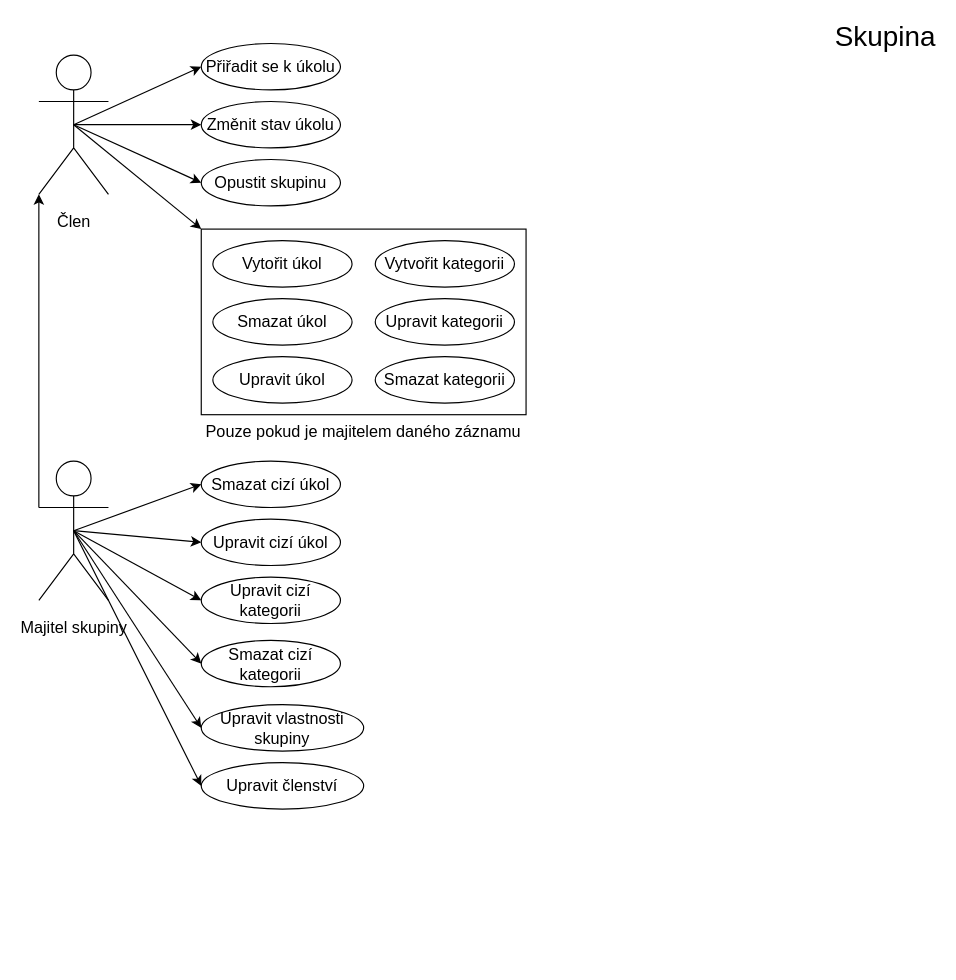
Above: UseCaseDiagram/group.drawio in Aidam7/DuDat-Docs (draw.io), before the change. Source tidied: cells renumbered, new cells numbered last; positions are measured from the earlier drawing's top-left corner, leaving out a move shared by most shapes. Both pictures are drawn from the tidied source at 116%, with x=0, y=0 at pixel (38, 20).
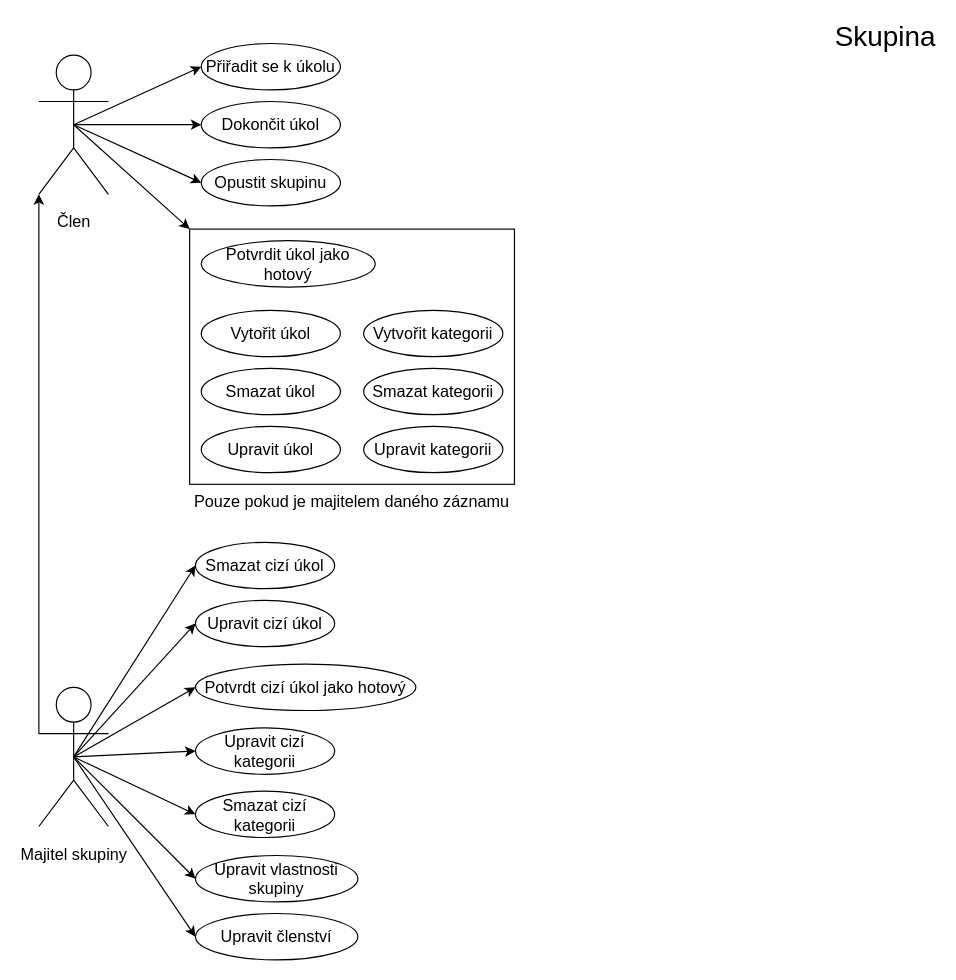
Above is the later version.

The edit, as a diff of the source:
```diff
@@
     <mxCell id="4" value="&lt;font style=&quot;font-size: 14px;&quot;&gt;Majitel skupiny&lt;br&gt;&lt;/font&gt;" style="shape=umlActor;verticalLabelPosition=bottom;verticalAlign=top;html=1;outlineConnect=0;fontSize=24;" parent="1" vertex="1">
-      <mxGeometry y="380" width="60" height="120" as="geometry" />
+      <mxGeometry y="575" width="60" height="120" as="geometry" />
     </mxCell>
     <mxCell id="5" value="Vytořit úkol" style="ellipse;whiteSpace=wrap;html=1;fontSize=14;" parent="1" vertex="1">
-      <mxGeometry x="150" y="190" width="120" height="40" as="geometry" />
+      <mxGeometry x="140" y="250" width="120" height="40" as="geometry" />
     </mxCell>
     <mxCell id="6" value="Smazat úkol" style="ellipse;whiteSpace=wrap;html=1;fontSize=14;" parent="1" vertex="1">
-      <mxGeometry x="150" y="240" width="120" height="40" as="geometry" />
+      <mxGeometry x="140" y="300" width="120" height="40" as="geometry" />
     </mxCell>
     <mxCell id="7" value="Upravit úkol" style="ellipse;whiteSpace=wrap;html=1;fontSize=14;" parent="1" vertex="1">
-      <mxGeometry x="150" y="290" width="120" height="40" as="geometry" />
+      <mxGeometry x="140" y="350" width="120" height="40" as="geometry" />
     </mxCell>
@@
     <mxCell id="9" value="Smazat cizí úkol" style="ellipse;whiteSpace=wrap;html=1;fontSize=14;" parent="1" vertex="1">
-      <mxGeometry x="140" y="380" width="120" height="40" as="geometry" />
+      <mxGeometry x="135" y="450" width="120" height="40" as="geometry" />
     </mxCell>
     <mxCell id="10" value="Upravit cizí úkol" style="ellipse;whiteSpace=wrap;html=1;fontSize=14;" parent="1" vertex="1">
-      <mxGeometry x="140" y="430" width="120" height="40" as="geometry" />
+      <mxGeometry x="135" y="500" width="120" height="40" as="geometry" />
     </mxCell>
     <mxCell id="11" value="Vytvořit kategorii" style="ellipse;whiteSpace=wrap;html=1;fontSize=14;" parent="1" vertex="1">
-      <mxGeometry x="290" y="190" width="120" height="40" as="geometry" />
+      <mxGeometry x="280" y="250" width="120" height="40" as="geometry" />
     </mxCell>
     <mxCell id="12" value="Upravit kategorii" style="ellipse;whiteSpace=wrap;html=1;fontSize=14;" parent="1" vertex="1">
-      <mxGeometry x="290" y="240" width="120" height="40" as="geometry" />
+      <mxGeometry x="280" y="350" width="120" height="40" as="geometry" />
     </mxCell>
     <mxCell id="13" value="Smazat kategorii" style="ellipse;whiteSpace=wrap;html=1;fontSize=14;" parent="1" vertex="1">
-      <mxGeometry x="290" y="290" width="120" height="40" as="geometry" />
+      <mxGeometry x="280" y="300" width="120" height="40" as="geometry" />
     </mxCell>
     <mxCell id="14" style="rounded=0;whiteSpace=wrap;html=1;fontSize=14;fillColor=none;" parent="1" vertex="1">
-      <mxGeometry x="140" y="180" width="280" height="160" as="geometry" />
+      <mxGeometry x="130" y="180" width="280" height="220" as="geometry" />
     </mxCell>
@@
-    <mxCell id="16" value="Změnit stav úkolu" style="ellipse;whiteSpace=wrap;html=1;fontSize=14;" parent="1" vertex="1">
+    <mxCell id="16" value="Dokončit úkol" style="ellipse;whiteSpace=wrap;html=1;fontSize=14;" parent="1" vertex="1">
       <mxGeometry x="140" y="70" width="120" height="40" as="geometry" />
     </mxCell>
     <mxCell id="17" value="Pouze pokud je majitelem daného záznamu" style="text;html=1;strokeColor=none;fillColor=none;align=center;verticalAlign=middle;whiteSpace=wrap;rounded=0;fontSize=14;" parent="1" vertex="1">
-      <mxGeometry x="140" y="340" width="280" height="30" as="geometry" />
+      <mxGeometry x="130" y="400" width="280" height="30" as="geometry" />
     </mxCell>
@@
     <mxCell id="21" value="Upravit cizí kategorii" style="ellipse;whiteSpace=wrap;html=1;fontSize=14;" parent="1" vertex="1">
-      <mxGeometry x="140" y="480" width="120" height="40" as="geometry" />
+      <mxGeometry x="135" y="610" width="120" height="40" as="geometry" />
     </mxCell>
     <mxCell id="22" value="Smazat cizí kategorii" style="ellipse;whiteSpace=wrap;html=1;fontSize=14;" parent="1" vertex="1">
-      <mxGeometry x="140" y="534.5" width="120" height="40" as="geometry" />
+      <mxGeometry x="135" y="664.5" width="120" height="40" as="geometry" />
     </mxCell>
     <mxCell id="23" value="Upravit vlastnosti skupiny" style="ellipse;whiteSpace=wrap;html=1;fontSize=14;" parent="1" vertex="1">
-      <mxGeometry x="140" y="590" width="140" height="40" as="geometry" />
+      <mxGeometry x="135" y="720" width="140" height="40" as="geometry" />
     </mxCell>
     <mxCell id="24" value="Upravit členství" style="ellipse;whiteSpace=wrap;html=1;fontSize=14;" parent="1" vertex="1">
-      <mxGeometry x="140" y="640" width="140" height="40" as="geometry" />
+      <mxGeometry x="135" y="770" width="140" height="40" as="geometry" />
     </mxCell>
@@
+    <mxCell id="33" value="Potvrdit úkol jako hotový" style="ellipse;whiteSpace=wrap;html=1;fontSize=14;" parent="1" vertex="1">
+      <mxGeometry x="140" y="190" width="150" height="40" as="geometry" />
+    </mxCell>
+    <mxCell id="34" value="Potvrdt cizí úkol jako hotový" style="ellipse;whiteSpace=wrap;html=1;fontSize=14;" parent="1" vertex="1">
+      <mxGeometry x="135" y="555" width="190" height="40" as="geometry" />
+    </mxCell>
+    <mxCell id="35" style="endArrow=classic;html=1;rounded=0;fontSize=14;exitX=0.5;exitY=0.5;exitDx=0;exitDy=0;exitPerimeter=0;entryX=0;entryY=0.5;entryDx=0;entryDy=0;" parent="1" edge="1" source="4" target="34">
+      <mxGeometry relative="1" as="geometry" />
+    </mxCell>
```
